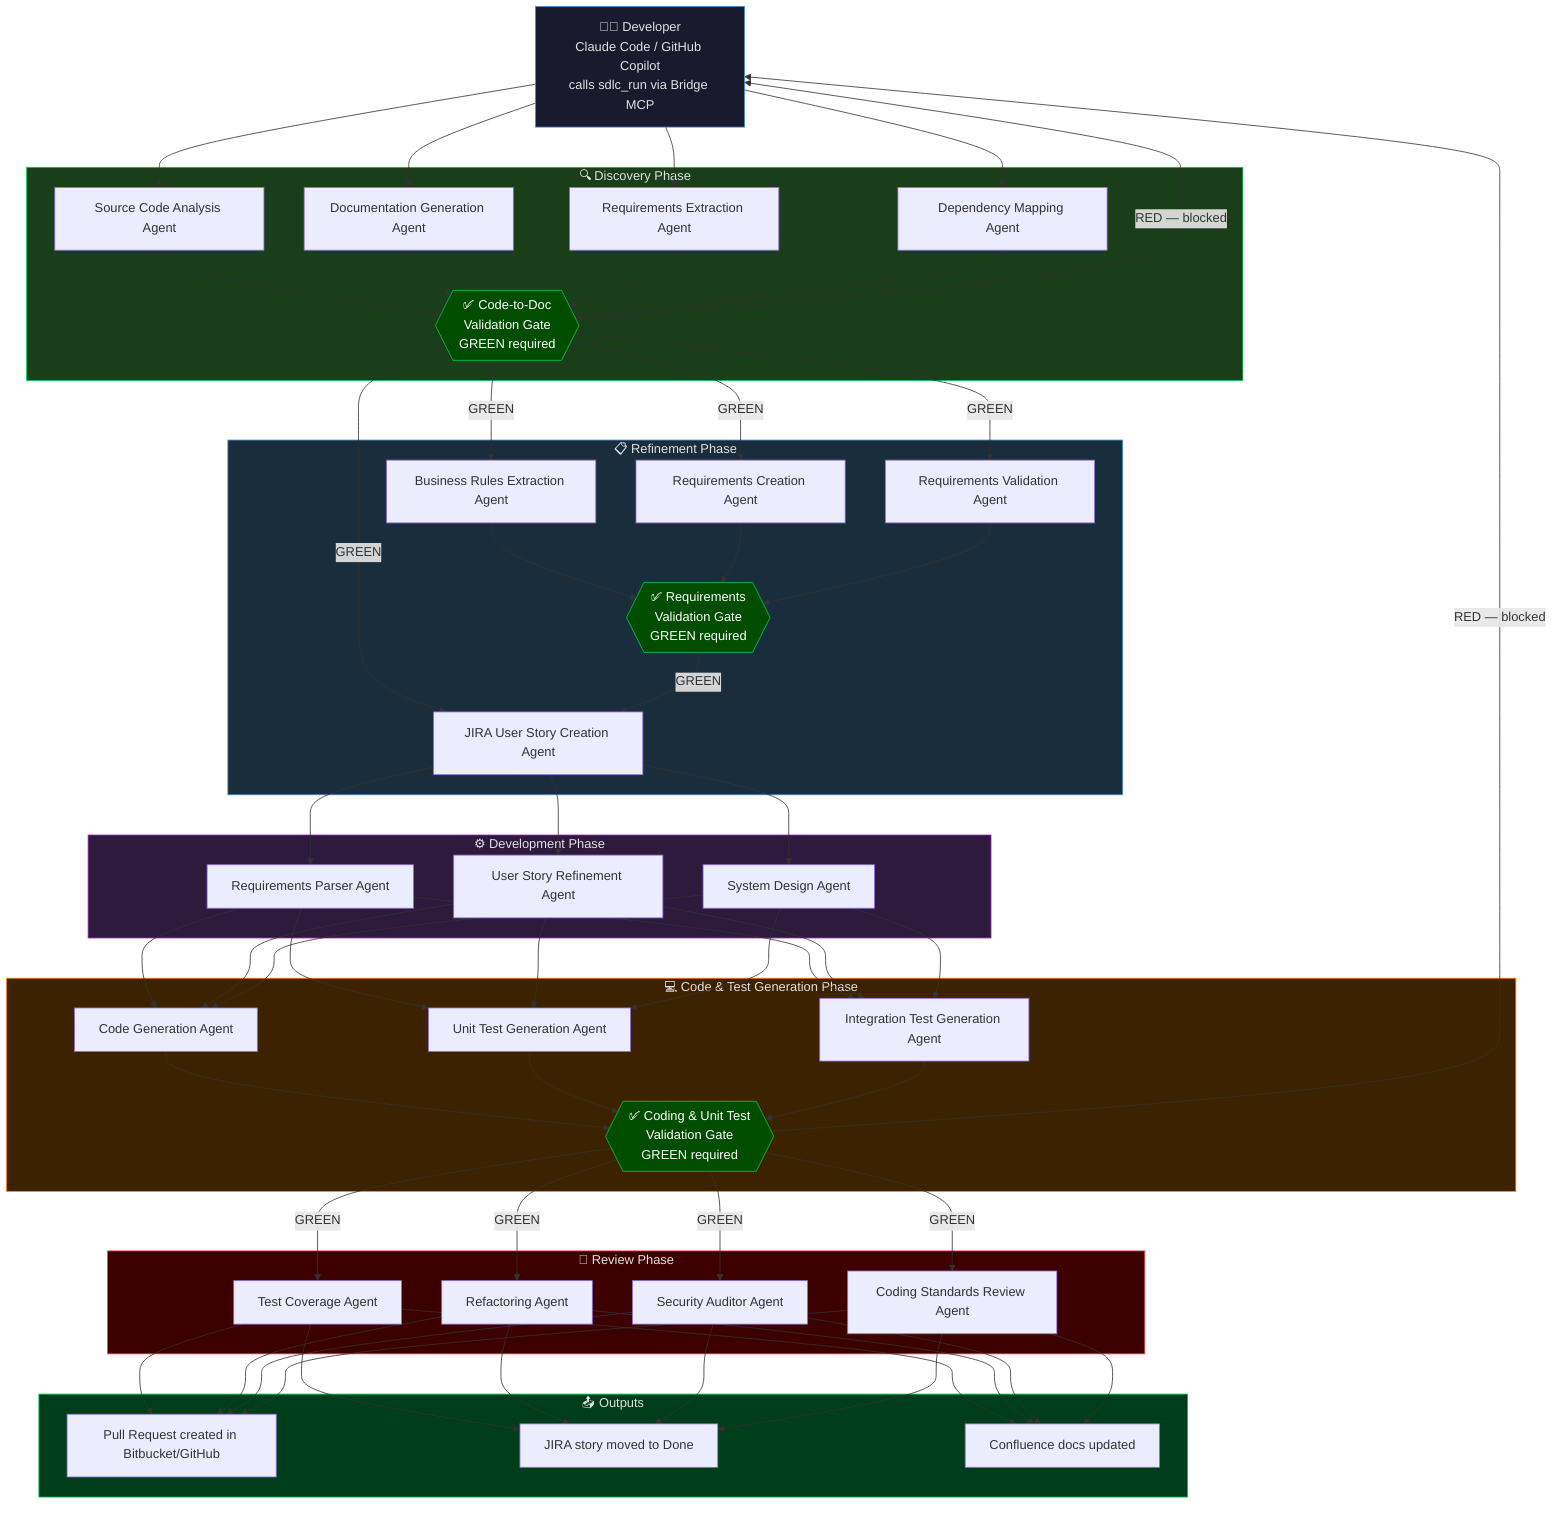
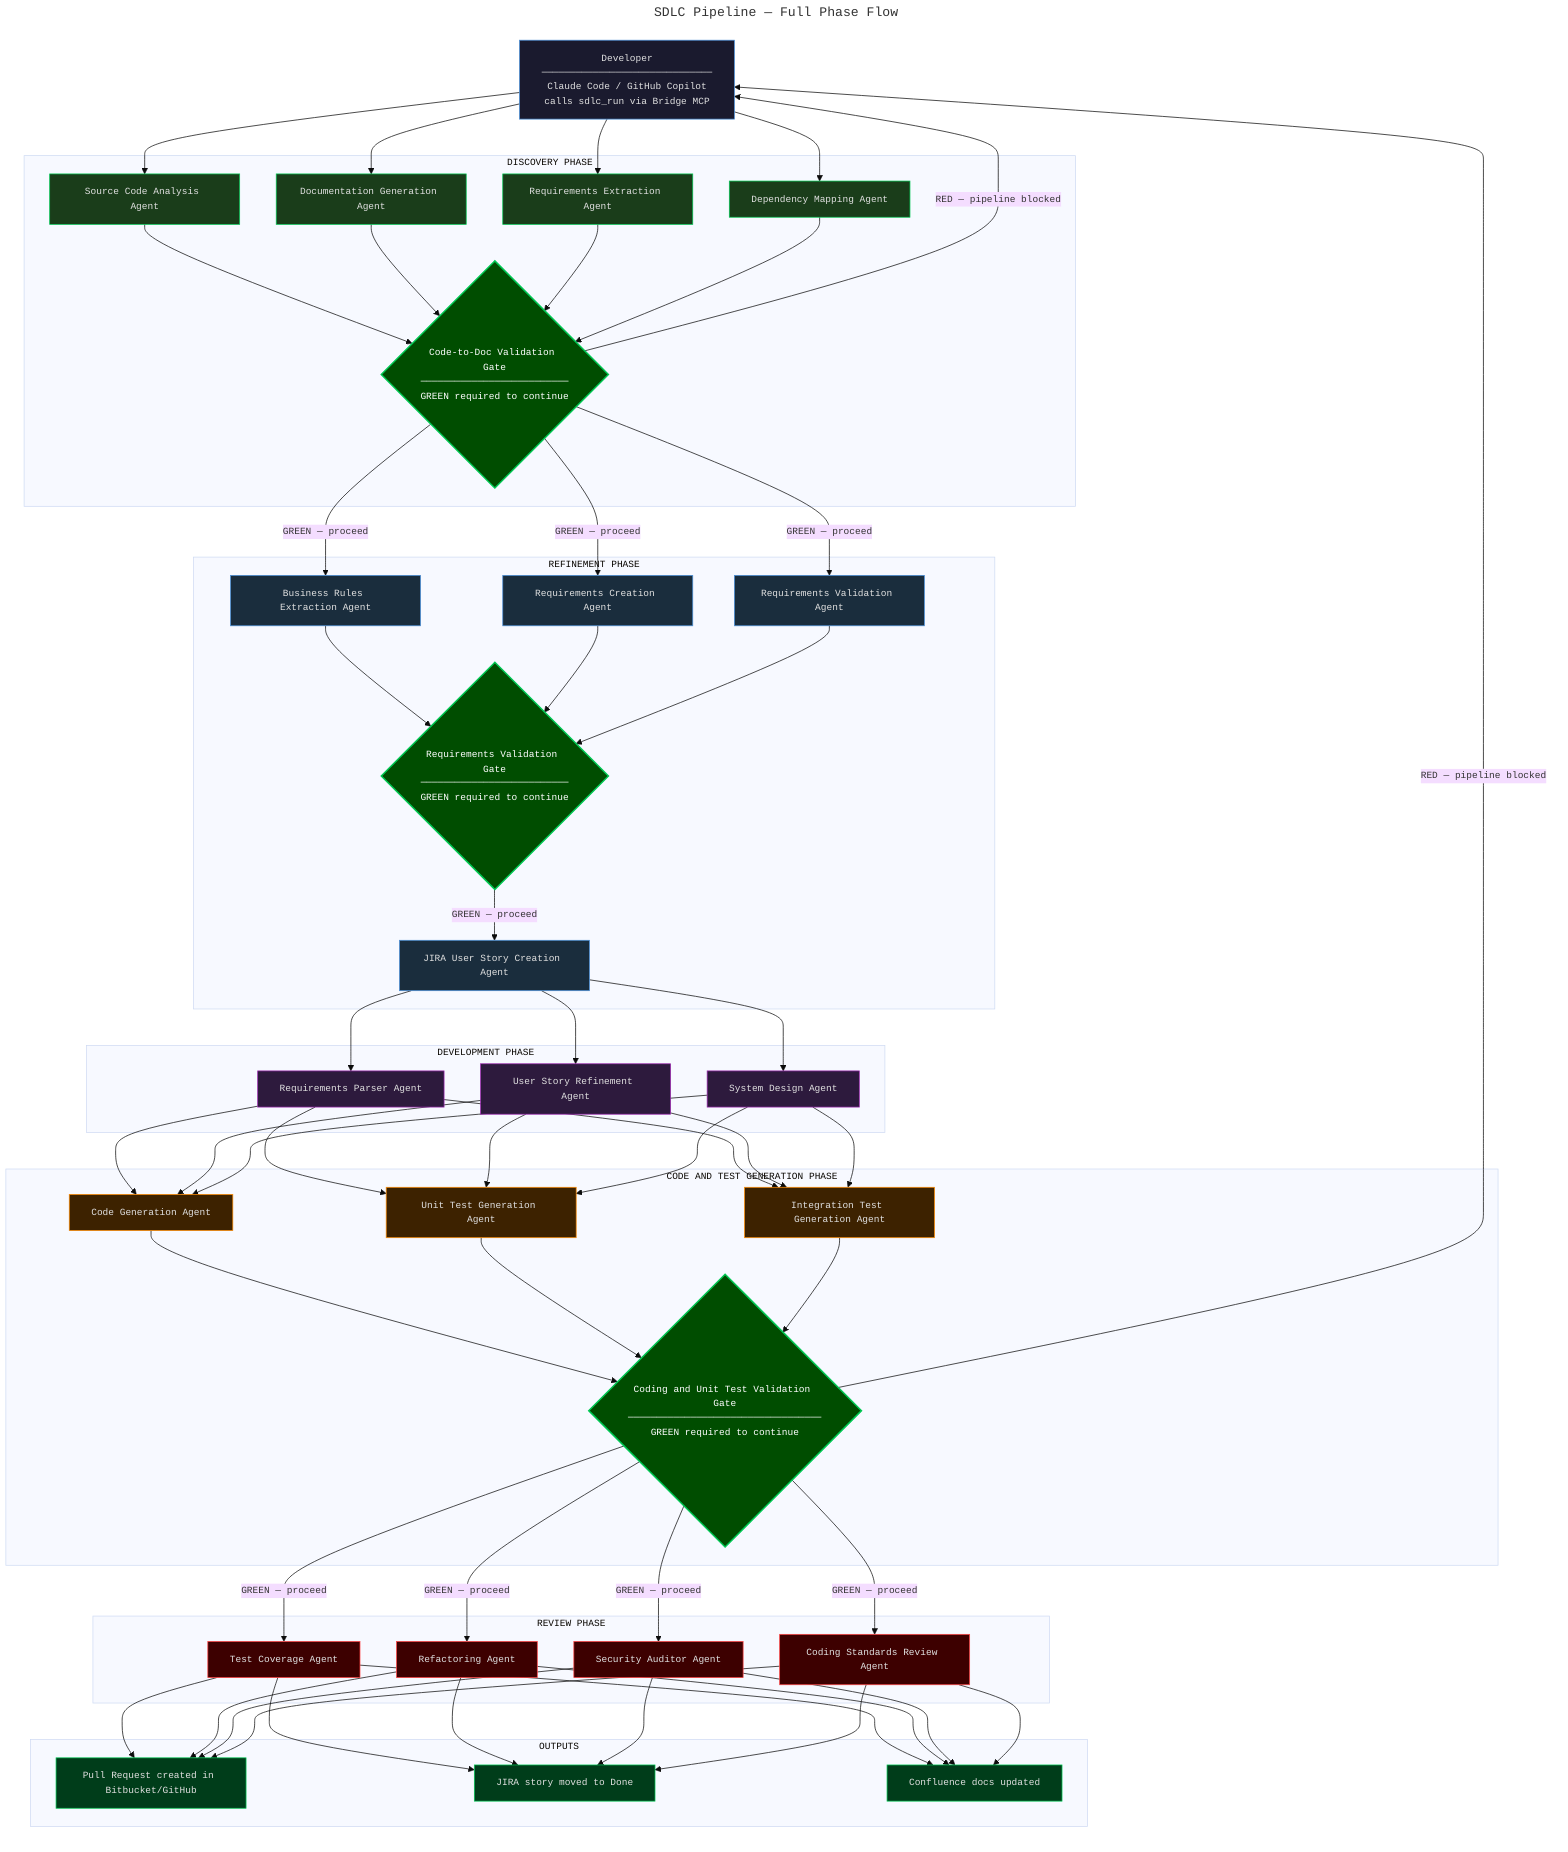
- flowchart TD
-     DEV["👨‍💻 Developer<br/>Claude Code / GitHub Copilot<br/>calls sdlc_run via Bridge MCP"]
+ ---
+ title: "SDLC Pipeline — Full Phase Flow"
+ ---
+ %%{init: {'theme': 'base', 'themeVariables': {'fontSize': '13px', 'fontFamily': 'monospace'}}}%%
+ graph TD
+     DEV["Developer\n──────────────────────────────\nClaude Code / GitHub Copilot\ncalls sdlc_run via Bridge MCP"]

-     subgraph DISCOVERY["🔍 Discovery Phase"]
+     subgraph DISCOVERY["DISCOVERY PHASE"]
        A1["Source Code Analysis Agent"]
        A2["Documentation Generation Agent"]
        A3["Requirements Extraction Agent"]
        A4["Dependency Mapping Agent"]
-         GATE1{{"✅ Code-to-Doc<br/>Validation Gate<br/>GREEN required"}}
+         GATE1{"Code-to-Doc Validation Gate\n──────────────────────────\nGREEN required to continue"}
    end

-     subgraph REFINEMENT["📋 Refinement Phase"]
+     subgraph REFINEMENT["REFINEMENT PHASE"]
        B1["Business Rules Extraction Agent"]
        B2["Requirements Creation Agent"]
        B3["Requirements Validation Agent"]
        B4["JIRA User Story Creation Agent"]
-         GATE2{{"✅ Requirements<br/>Validation Gate<br/>GREEN required"}}
+         GATE2{"Requirements Validation Gate\n──────────────────────────\nGREEN required to continue"}
    end

-     subgraph DEVELOPMENT["⚙️ Development Phase"]
+     subgraph DEVELOPMENT["DEVELOPMENT PHASE"]
        C1["Requirements Parser Agent"]
        C2["User Story Refinement Agent"]
        C3["System Design Agent"]
    end

-     subgraph CODEGEN["💻 Code & Test Generation Phase"]
+     subgraph CODEGEN["CODE AND TEST GENERATION PHASE"]
        D1["Code Generation Agent"]
        D2["Unit Test Generation Agent"]
        D3["Integration Test Generation Agent"]
-         GATE3{{"✅ Coding & Unit Test<br/>Validation Gate<br/>GREEN required"}}
+         GATE3{"Coding and Unit Test Validation Gate\n──────────────────────────────────\nGREEN required to continue"}
    end

-     subgraph REVIEW["🔎 Review Phase"]
+     subgraph REVIEW["REVIEW PHASE"]
        E1["Test Coverage Agent"]
        E2["Refactoring Agent"]
        E3["Security Auditor Agent"]
        E4["Coding Standards Review Agent"]
    end

-     subgraph OUTPUTS["📤 Outputs"]
+     subgraph OUTPUTS["OUTPUTS"]
        O1["Pull Request created in Bitbucket/GitHub"]
        O2["JIRA story moved to Done"]
        O3["Confluence docs updated"]
    end

    DEV --> A1 & A2 & A3 & A4
    A1 & A2 & A3 & A4 --> GATE1
-     GATE1 -- "GREEN" --> B1 & B2 & B3 & B4
-     GATE1 -- "RED — blocked" --> DEV
+     GATE1 -- "GREEN — proceed" --> B1 & B2 & B3
+     GATE1 -- "RED — pipeline blocked" --> DEV
    B1 & B2 & B3 --> GATE2
-     GATE2 -- "GREEN" --> B4
+     GATE2 -- "GREEN — proceed" --> B4
    B4 --> C1 & C2 & C3
    C1 & C2 & C3 --> D1 & D2 & D3
    D1 & D2 & D3 --> GATE3
-     GATE3 -- "GREEN" --> E1 & E2 & E3 & E4
-     GATE3 -- "RED — blocked" --> DEV
+     GATE3 -- "GREEN — proceed" --> E1 & E2 & E3 & E4
+     GATE3 -- "RED — pipeline blocked" --> DEV
    E1 & E2 & E3 & E4 --> O1 & O2 & O3

-     style DEV fill:#1a1a2e,color:#e0e0e0,stroke:#4a90d9
-     style DISCOVERY fill:#1a3d1a,color:#e0e0e0,stroke:#00c853
-     style REFINEMENT fill:#1a2d3d,color:#e0e0e0,stroke:#4a90d9
-     style DEVELOPMENT fill:#2d1a3d,color:#e0e0e0,stroke:#9c27b0
-     style CODEGEN fill:#3d2200,color:#e0e0e0,stroke:#ff8c00
-     style REVIEW fill:#3d0000,color:#e0e0e0,stroke:#ff4444
-     style OUTPUTS fill:#003d1a,color:#e0e0e0,stroke:#00c853
-     style GATE1 fill:#004d00,color:#ffffff,stroke:#00c853
-     style GATE2 fill:#004d00,color:#ffffff,stroke:#00c853
-     style GATE3 fill:#004d00,color:#ffffff,stroke:#00c853
+     classDef dev       fill:#1a1a2e,color:#e0e0e0,stroke:#4a90d9,stroke-width:1px
+     classDef discovery fill:#1a3d1a,color:#e0e0e0,stroke:#00c853,stroke-width:1px
+     classDef refine    fill:#1a2d3d,color:#e0e0e0,stroke:#4a90d9,stroke-width:1px
+     classDef develop   fill:#2d1a3d,color:#e0e0e0,stroke:#9c27b0,stroke-width:1px
+     classDef codegen   fill:#3d2200,color:#e0e0e0,stroke:#ff8c00,stroke-width:1px
+     classDef review    fill:#3d0000,color:#e0e0e0,stroke:#ff4444,stroke-width:1px
+     classDef output    fill:#003d1a,color:#e0e0e0,stroke:#00c853,stroke-width:1px
+     classDef gate      fill:#004d00,color:#ffffff,stroke:#00c853,stroke-width:2px
+ 
+     class DEV dev
+     class A1,A2,A3,A4 discovery
+     class B1,B2,B3,B4 refine
+     class C1,C2,C3 develop
+     class D1,D2,D3 codegen
+     class E1,E2,E3,E4 review
+     class O1,O2,O3 output
+     class GATE1,GATE2,GATE3 gate
